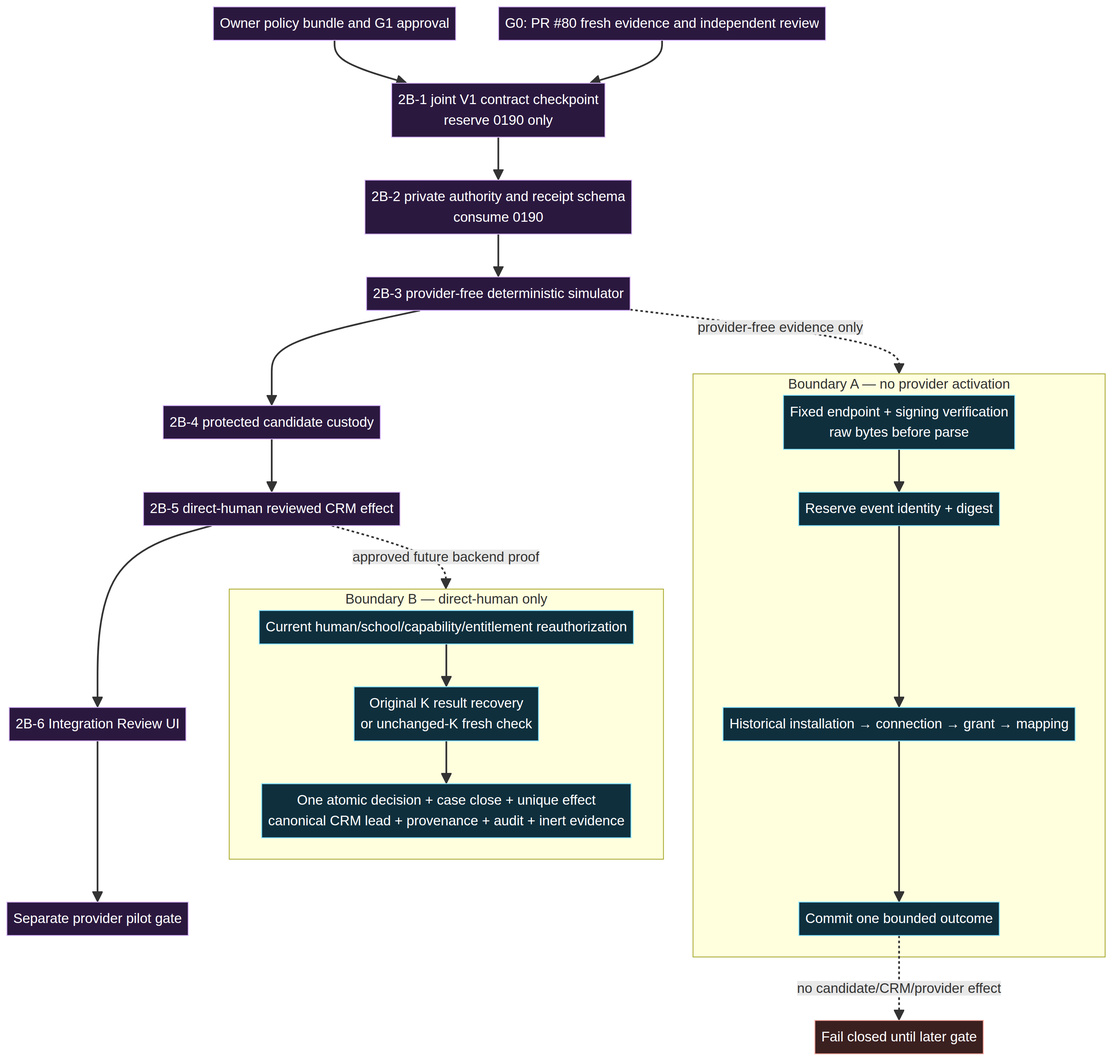
This is docs/diagrams/phase-2b-contract-flow.png from myhonosai/honos, a Mermaid export, as it was before one commit. Its source is kept beside it as docs/diagrams/phase-2b-contract-flow.mmd.
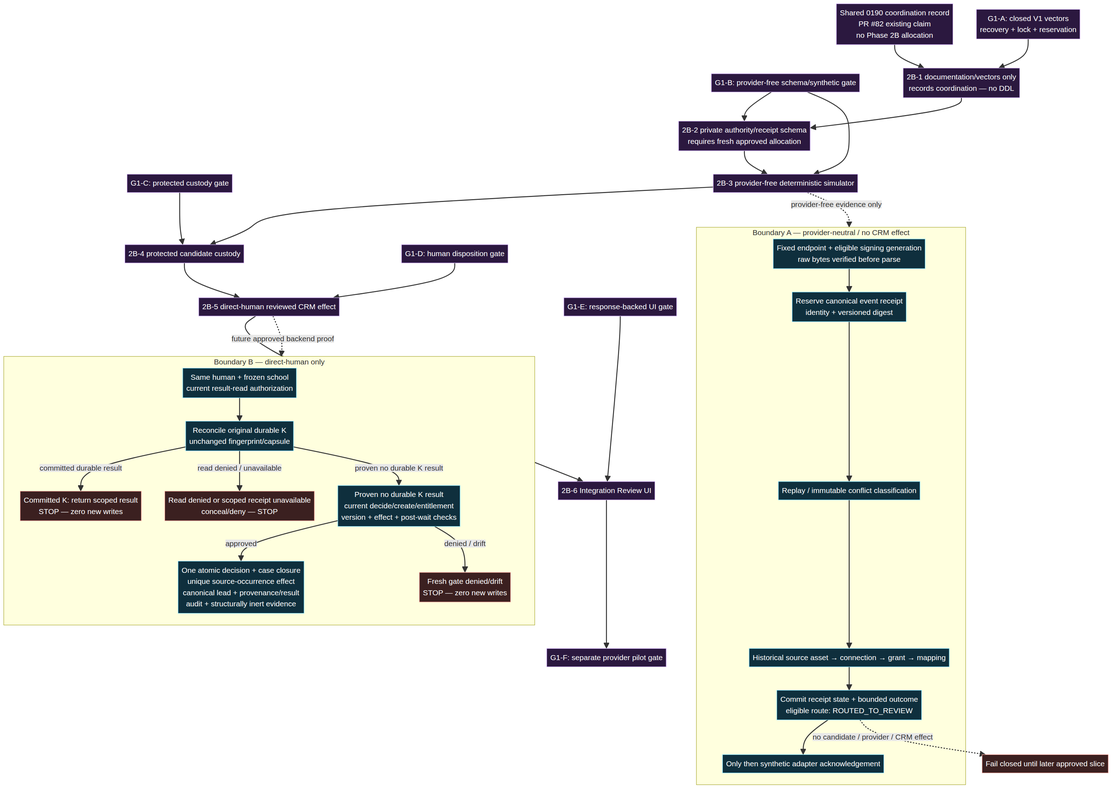
After the commit.

Commit message:
docs(integration): close phase 2b contract gaps

Diff of the diagram source:
```diff
@@ -1,40 +1,66 @@
 flowchart TD
-  Owner[Owner policy bundle and G1 approval]
-  G0[G0: PR #80 fresh evidence and independent review]
-  C1[2B-1 joint V1 contract checkpoint\nreserve 0190 only]
-  C2[2B-2 private authority and receipt schema\nconsume 0190]
+  Coord[Shared 0190 coordination record\nPR #82 existing claim\nno Phase 2B allocation]
+  G1A[G1-A: closed V1 vectors\nrecovery + lock + reservation]
+  G1B[G1-B: provider-free schema/synthetic gate]
+  G1C[G1-C: protected custody gate]
+  G1D[G1-D: human disposition gate]
+  G1E[G1-E: response-backed UI gate]
+  Pilot[G1-F: separate provider pilot gate]
+
+  C1[2B-1 documentation/vectors only\nrecords coordination — no DDL]
+  C2[2B-2 private authority/receipt schema\nrequires fresh approved allocation]
   C3[2B-3 provider-free deterministic simulator]
   C4[2B-4 protected candidate custody]
   C5[2B-5 direct-human reviewed CRM effect]
   C6[2B-6 Integration Review UI]
-  Pilot[Separate provider pilot gate]
 
-  Owner --> C1
-  G0 --> C1
-  C1 --> C2 --> C3 --> C4 --> C5 --> C6 --> Pilot
+  Coord --> C1
+  G1A --> C1
+  C1 --> C2
+  G1B --> C2
+  C2 --> C3
+  G1B --> C3
+  C3 --> C4
+  G1C --> C4
+  C4 --> C5
+  G1D --> C5
+  C5 --> C6
+  G1E --> C6
+  C6 --> Pilot
 
-  subgraph Ingress[Boundary A — no provider activation]
-    Verify[Fixed endpoint + signing verification\nraw bytes before parse]
-    Reserve[Reserve event identity + digest]
-    Route[Historical installation → connection → grant → mapping]
-    Outcome[Commit one bounded outcome]
-    Verify --> Reserve --> Route --> Outcome
+  subgraph Ingress[Boundary A — provider-neutral / no CRM effect]
+    Verify[Fixed endpoint + eligible signing generation\nraw bytes verified before parse]
+    Receipt[Reserve canonical event receipt\nidentity + versioned digest]
+    Classify[Replay / immutable conflict classification]
+    Route[Historical source asset → connection → grant → mapping]
+    Durable[Commit receipt state + bounded outcome\neligible route: ROUTED_TO_REVIEW]
+    Ack[Only then synthetic adapter acknowledgement]
+    Verify --> Receipt --> Classify --> Route --> Durable --> Ack
   end
 
   subgraph Review[Boundary B — direct-human only]
-    Reauth[Current human/school/capability/entitlement reauthorization]
-    Recover[Original K result recovery\nor unchanged-K fresh check]
-    Atomic[One atomic decision + case close + unique effect\ncanonical CRM lead + provenance + audit + inert evidence]
-    Reauth --> Recover --> Atomic
+    ReadAuth[Same human + frozen school\ncurrent result-read authorization]
+    Reconcile[Reconcile original durable K\nunchanged fingerprint/capsule]
+    ResultStop[Committed K: return scoped result\nSTOP — zero new writes]
+    Conceal[Read denied or scoped receipt unavailable\nconceal/deny — STOP]
+    FreshGate[Proven no durable K result\ncurrent decide/create/entitlement\nversion + effect + post-wait checks]
+    FreshStop[Fresh gate denied/drift\nSTOP — zero new writes]
+    Atomic[One atomic decision + case closure\nunique source-occurrence effect\ncanonical lead + provenance/result\naudit + structurally inert evidence]
+    ReadAuth --> Reconcile
+    Reconcile -->|committed durable result| ResultStop
+    Reconcile -->|read denied / unavailable| Conceal
+    Reconcile -->|proven no durable K result| FreshGate
+    FreshGate -->|approved| Atomic
+    FreshGate -->|denied / drift| FreshStop
   end
 
   C3 -. provider-free evidence only .-> Ingress
-  C5 -. approved future backend proof .-> Review
-  Outcome -. no candidate/CRM/provider effect .-> Hold[Fail closed until later gate]
+  C5 -. future approved backend proof .-> Review
+  Durable -. no candidate / provider / CRM effect .-> Hold[Fail closed until later approved slice]
 
   classDef gate fill:#2b183f,stroke:#d9b7ff,color:#fff
   classDef boundary fill:#0f2f3d,stroke:#7ee1ff,color:#fff
   classDef stop fill:#3b2020,stroke:#ffaaa0,color:#fff
-  class Owner,G0,C1,C2,C3,C4,C5,C6,Pilot gate
-  class Verify,Reserve,Route,Outcome,Reauth,Recover,Atomic boundary
-  class Hold stop
+  class Coord,G1A,G1B,G1C,G1D,G1E,Pilot,C1,C2,C3,C4,C5,C6 gate
+  class Verify,Receipt,Classify,Route,Durable,Ack,ReadAuth,Reconcile,FreshGate,Atomic boundary
+  class ResultStop,Conceal,FreshStop,Hold stop
```
